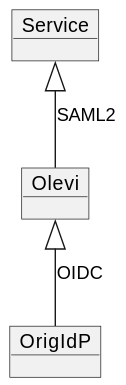
Olevi-id/ip-idp-documentation keeps this PlantUML diagram as assets/img/useCase-protocolAdaptor.svg. Above is the earlier version.
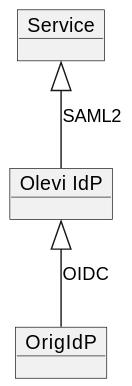
The same diagram one commit later.

Change to the diagram source:
```diff
@@ -1,7 +1,7 @@
 @startuml useCase-protocolAdaptor
 
 object  OrigIdP
-object Olevi
+object "Olevi IdP" as Olevi
 object Service
 
 OrigIdP -u-|> Olevi : OIDC
```
